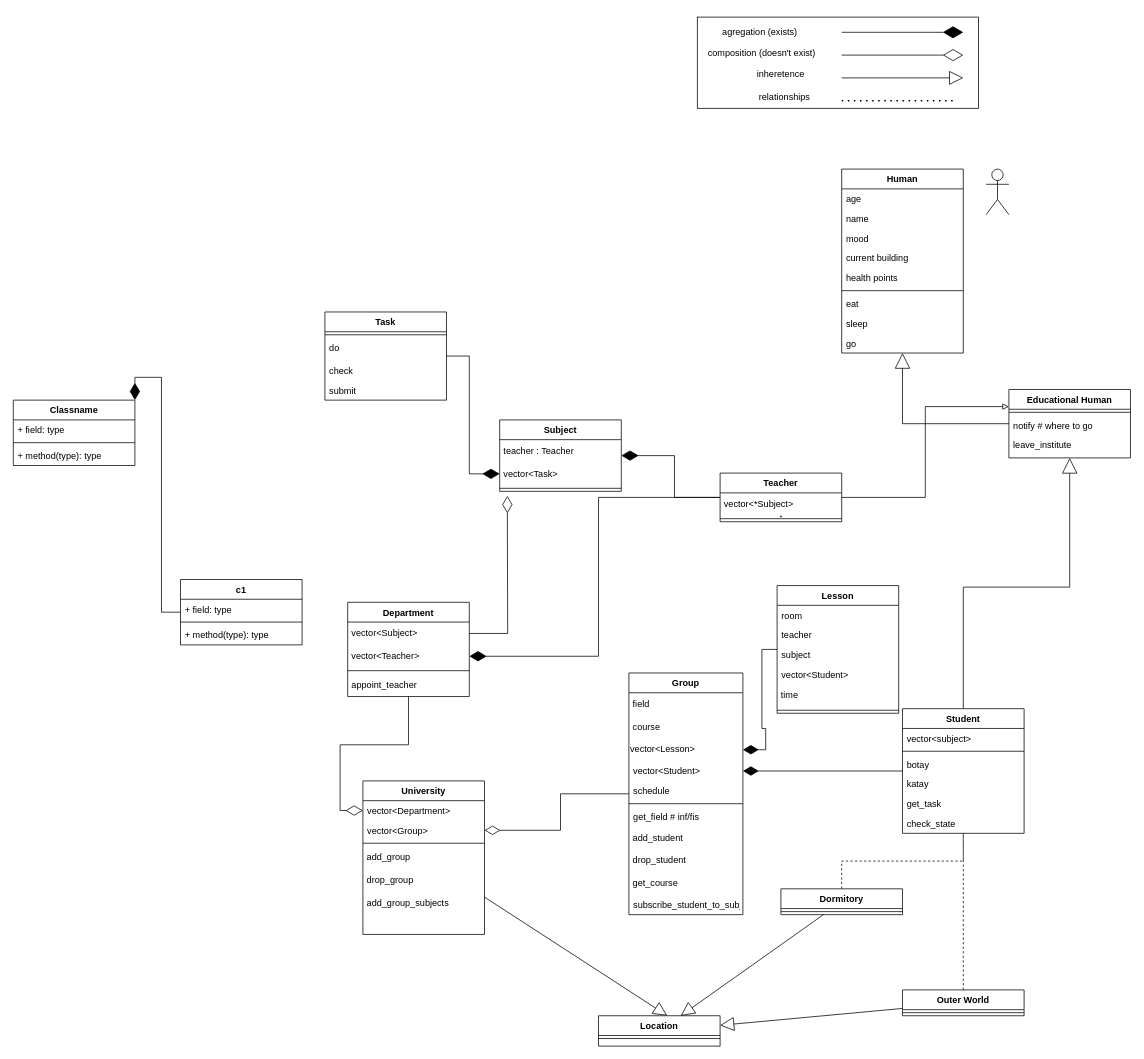
Above: page "arch" (1 of 2) of игра про фалтов.drawio in allythe/5sem_patterns (draw.io), before the change. Source tidied: cells renumbered, new cells numbered last; positions are measured from the earlier drawing's top-left corner, leaving out a move shared by most shapes. Both pictures are drawn from the tidied source at 76%, with x=0, y=0 at pixel (13, 17).
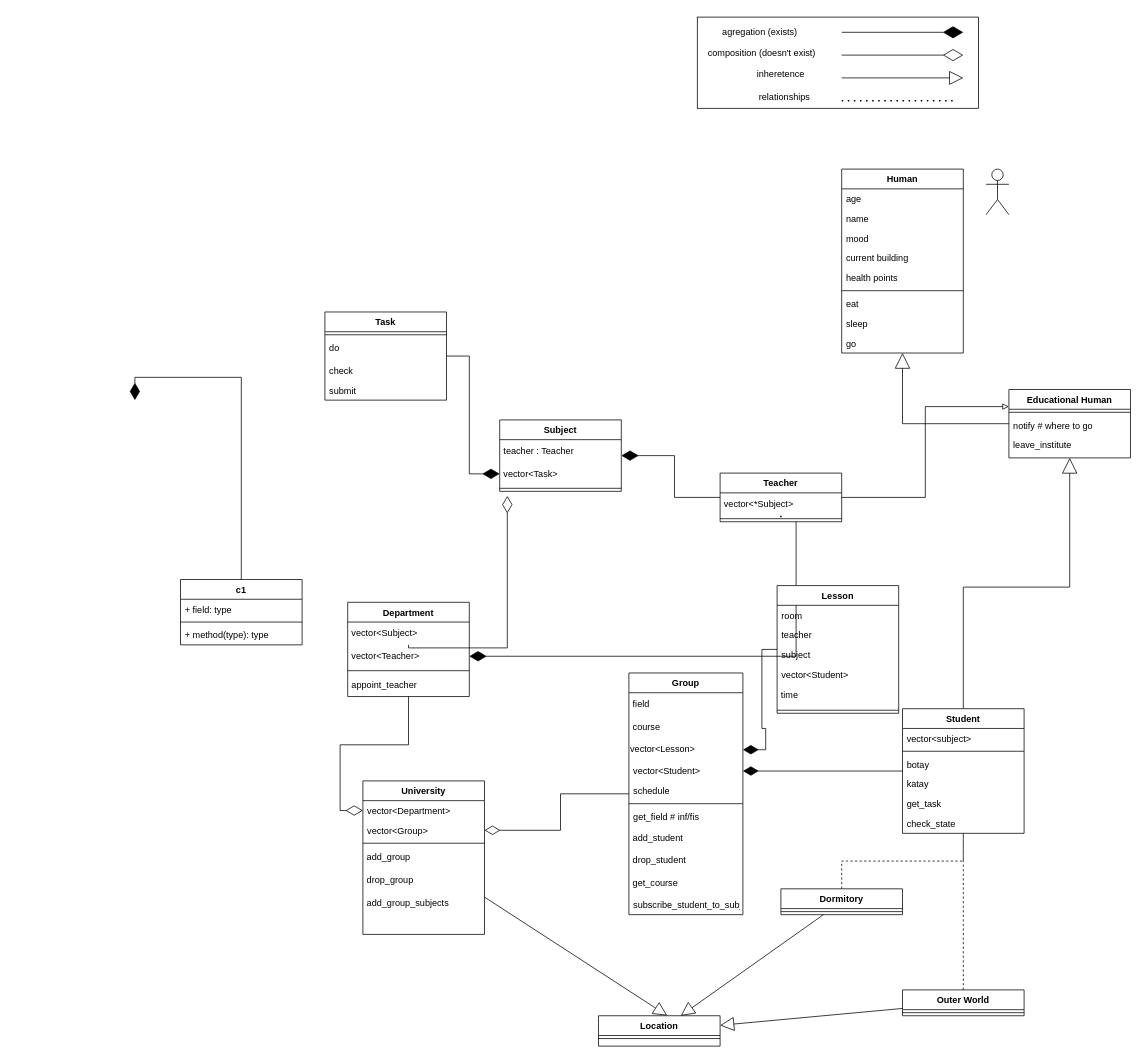
After the change.

Unchanged cells that the change refers to:
```xml
<mxCell id="20" value="Teacher" style="swimlane;fontStyle=1;align=center;verticalAlign=top;horizontal=1;startSize=26;rounded=0;shadow=0;strokeWidth=1;" parent="1" vertex="1">
  <mxGeometry x="930" y="600" width="160" height="64" as="geometry" />
</mxCell>
<mxCell id="67" value="&amp;nbsp;vector&amp;lt;Subject&amp;gt;" style="text;html=1;strokeColor=none;fillColor=none;align=left;verticalAlign=middle;whiteSpace=wrap;rounded=0;" parent="66" vertex="1">
  <mxGeometry y="26" width="160" height="30" as="geometry" />
</mxCell>
<mxCell id="68" value="&amp;nbsp;vector&amp;lt;Teacher&amp;gt;" style="text;html=1;strokeColor=none;fillColor=none;align=left;verticalAlign=middle;whiteSpace=wrap;rounded=0;" parent="66" vertex="1">
  <mxGeometry y="56" width="160" height="30" as="geometry" />
</mxCell>
<mxCell id="94" value="c1&#10;" style="swimlane;fontStyle=1;align=center;verticalAlign=top;horizontal=1;startSize=26;" parent="1" vertex="1">
  <mxGeometry x="220" y="740" width="160" height="86" as="geometry" />
</mxCell>
```

Change to the diagram source:
```diff
@@
     <mxCell id="18" style="edgeStyle=orthogonalEdgeStyle;rounded=0;jettySize=auto;html=1;entryX=1;entryY=0.5;entryDx=0;entryDy=0;endArrow=diamondThin;endFill=1;endSize=20;" parent="1" edge="1" source="20" target="68">
-      <mxGeometry relative="1" as="geometry" />
+      <mxGeometry relative="1" as="geometry">
+        <Array as="points">
+          <mxPoint x="1030" y="841" />
+        </Array>
+      </mxGeometry>
     </mxCell>
@@
-    <mxCell id="93" style="edgeStyle=orthogonalEdgeStyle;rounded=0;jettySize=auto;html=1;entryX=1;entryY=0;entryDx=0;entryDy=0;endArrow=diamondThin;endFill=1;endSize=20;" parent="1" edge="1" source="94" target="98">
-      <mxGeometry relative="1" as="geometry" />
+    <mxCell id="93" style="edgeStyle=orthogonalEdgeStyle;rounded=0;jettySize=auto;html=1;entryX=1;entryY=0;entryDx=0;entryDy=0;endArrow=diamondThin;endFill=1;endSize=20;" parent="1" edge="1" source="94">
+      <mxGeometry relative="1" as="geometry">
+        <mxPoint x="160" y="504" as="targetPoint" />
+        <Array as="points">
+          <mxPoint x="300" y="474" />
+          <mxPoint x="160" y="474" />
+        </Array>
+      </mxGeometry>
     </mxCell>
@@
-    <mxCell id="98" value="Classname" style="swimlane;fontStyle=1;align=center;verticalAlign=top;horizontal=1;startSize=26;" parent="1" vertex="1">
-      <mxGeometry y="504" width="160" height="86" as="geometry" />
-    </mxCell>
-    <mxCell id="99" value="+ field: type" style="text;strokeColor=none;fillColor=none;align=left;verticalAlign=top;spacingLeft=4;spacingRight=4;overflow=hidden;" parent="98" vertex="1">
-      <mxGeometry y="26" width="160" height="26" as="geometry" />
-    </mxCell>
-    <mxCell id="100" style="line;strokeWidth=1;fillColor=none;align=left;verticalAlign=middle;spacingTop=-1;spacingLeft=3;spacingRight=3;labelPosition=right;strokeColor=inherit;" parent="98" vertex="1">
-      <mxGeometry y="52" width="160" height="8" as="geometry" />
-    </mxCell>
-    <mxCell id="101" value="+ method(type): type" style="text;strokeColor=none;fillColor=none;align=left;verticalAlign=top;spacingLeft=4;spacingRight=4;overflow=hidden;" parent="98" vertex="1">
-      <mxGeometry y="60" width="160" height="26" as="geometry" />
-    </mxCell>
@@
     <mxCell id="107" style="edgeStyle=orthogonalEdgeStyle;rounded=0;jettySize=auto;html=1;endArrow=diamondThin;endFill=0;endSize=20;" parent="1" edge="1" source="67">
       <mxGeometry relative="1" as="geometry">
         <mxPoint x="650" y="630" as="targetPoint" />
+        <Array as="points">
+          <mxPoint x="520" y="830" />
+          <mxPoint x="650" y="830" />
+        </Array>
       </mxGeometry>
     </mxCell>
```
